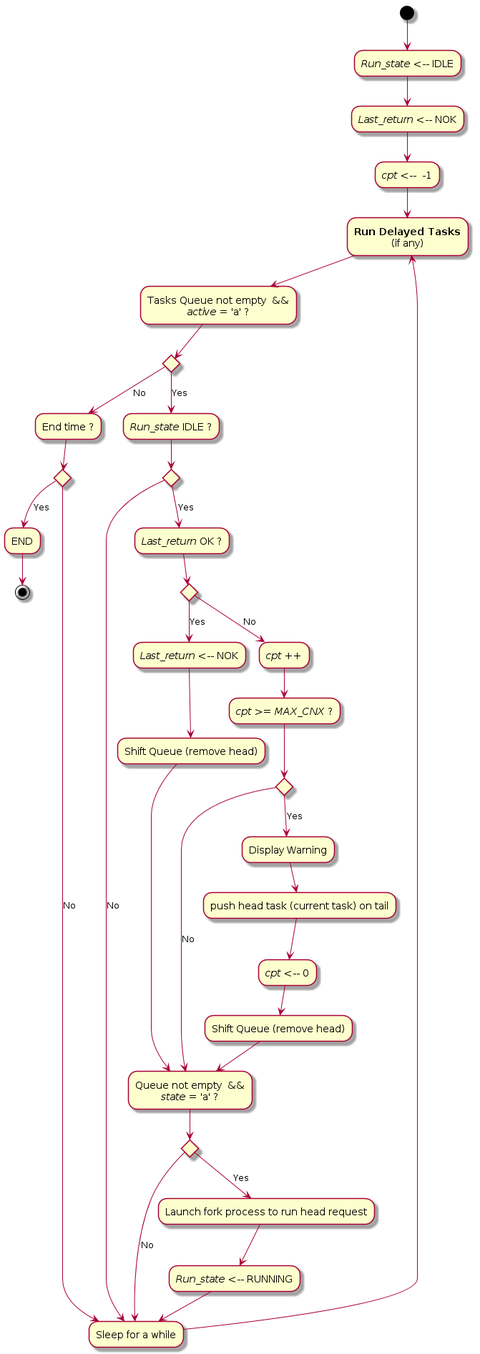
Earlier version of the PlantUML export doc/UML/Algo_run_tasks_queue.png (tof25/DST).
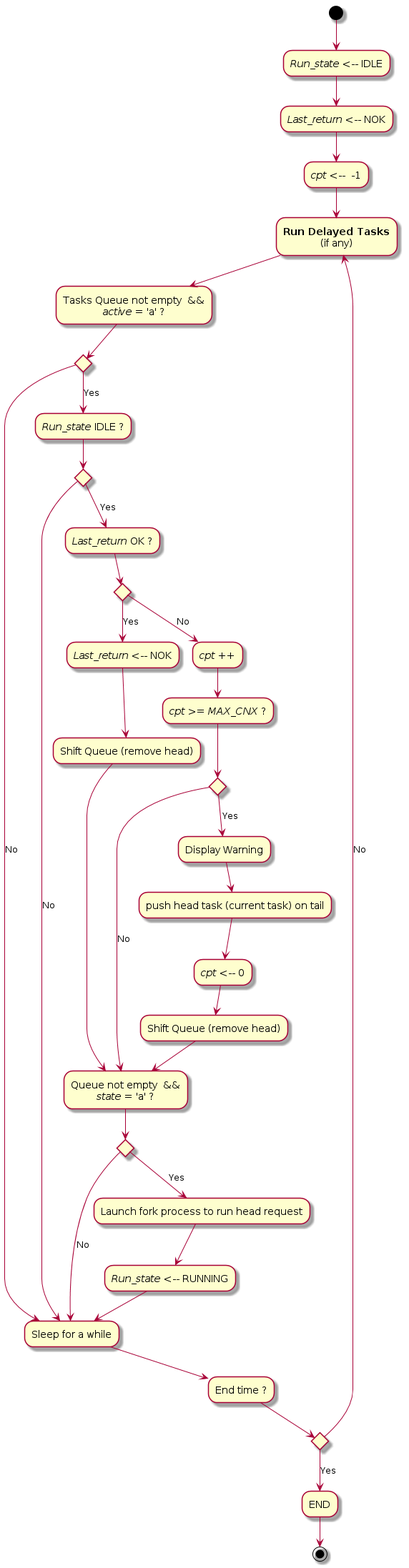
After the commit.

Commit message:
Mise à jour Algo_run_tasks_queue

Change to the diagram source:
```diff
@@ -8,13 +8,13 @@
 --> "Tasks Queue not empty  &&\n<i>active</i> = 'a' ?"
 
 if "" then
-    -->[No] "End time ?"
+    -->[No] "Sleep for a while" as s1
+    --> "End time ?"
     if "" then
         -->[Yes] "END"
         -->(*)
     else
-        -->[No] "Sleep for a while" as s1
-        --> q1
+        -->[No] q1
     endif
 else
     -->[Yes] "<i>Run_state</i> IDLE ?"
```
